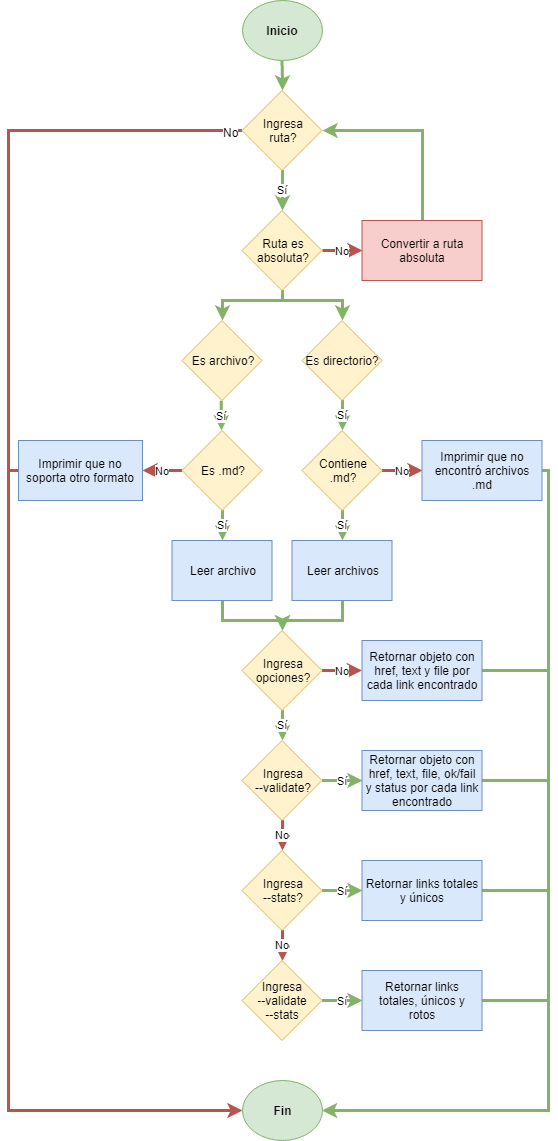
The draw.io diagram src/img/diagram.png in alelulu/SCL009-md-links, before a commit. Source tidied: cells renumbered, new cells last; positions are measured from the earlier drawing's top-left corner, leaving out a move shared by most shapes.
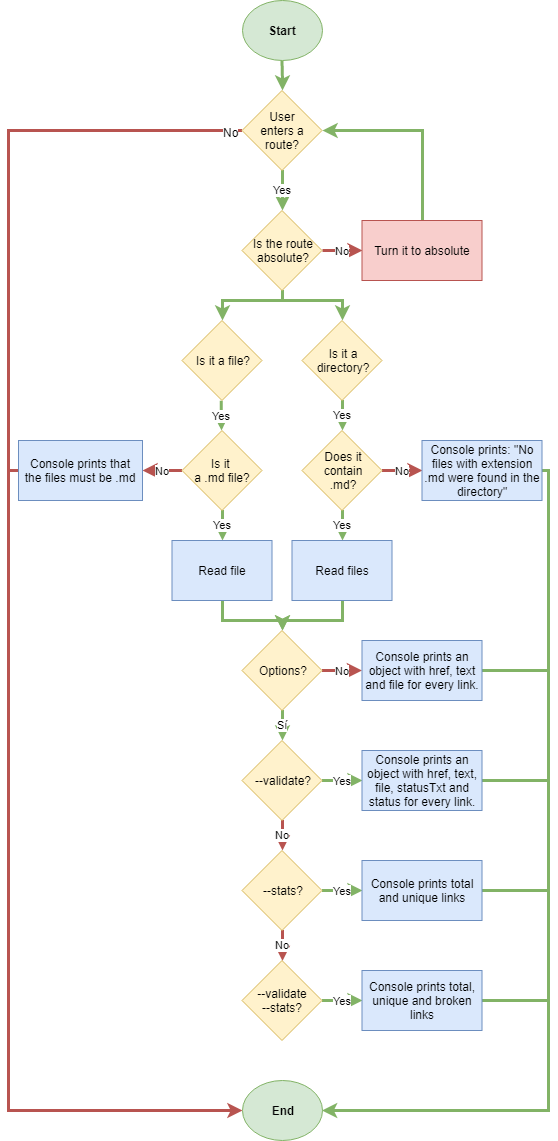
Later version of the same file.

The edit, as a diff of the source:
```diff
@@ -5,10 +5,10 @@
     <mxCell id="2" style="edgeStyle=orthogonalEdgeStyle;rounded=0;jettySize=auto;html=1;entryX=0.5;entryY=0;entryDx=0;entryDy=0;fillColor=#d5e8d4;strokeColor=#82b366;strokeWidth=3;" parent="1" edge="1" source="3" target="7">
       <mxGeometry relative="1" as="geometry" />
     </mxCell>
-    <mxCell id="3" value="Inicio" style="ellipse;whiteSpace=wrap;html=1;fontStyle=1;fillColor=#d5e8d4;strokeColor=#82b366;" parent="1" vertex="1">
+    <mxCell id="3" value="Start" style="ellipse;whiteSpace=wrap;html=1;fontStyle=1;fillColor=#d5e8d4;strokeColor=#82b366;" parent="1" vertex="1">
       <mxGeometry x="233.5" width="80" height="60" as="geometry" />
     </mxCell>
-    <mxCell id="4" value="Sí" style="edgeStyle=orthogonalEdgeStyle;rounded=0;jettySize=auto;html=1;entryX=0.5;entryY=0;entryDx=0;entryDy=0;fillColor=#d5e8d4;strokeColor=#82b366;strokeWidth=3;" parent="1" edge="1" source="7" target="11">
+    <mxCell id="4" value="Yes" style="edgeStyle=orthogonalEdgeStyle;rounded=0;jettySize=auto;html=1;entryX=0.5;entryY=0;entryDx=0;entryDy=0;fillColor=#d5e8d4;strokeColor=#82b366;strokeWidth=3;" parent="1" edge="1" source="7" target="11">
       <mxGeometry relative="1" as="geometry" />
     </mxCell>
     <mxCell id="5" style="edgeStyle=orthogonalEdgeStyle;rounded=0;jettySize=auto;html=1;endArrow=none;endFill=0;fillColor=#f8cecc;strokeColor=#b85450;strokeWidth=3;" parent="1" edge="1" source="7">
@@ -21,7 +21,7 @@
         <mxPoint x="1" as="offset" />
       </mxGeometry>
     </mxCell>
-    <mxCell id="7" value="Ingresa&lt;br&gt;ruta?&lt;br&gt;" style="rhombus;whiteSpace=wrap;html=1;fillColor=#fff2cc;strokeColor=#d6b656;" parent="1" vertex="1">
+    <mxCell id="7" value="User&lt;br&gt;enters a&lt;br&gt;route?&lt;br&gt;" style="rhombus;whiteSpace=wrap;html=1;fillColor=#fff2cc;strokeColor=#d6b656;" parent="1" vertex="1">
       <mxGeometry x="233.5" y="90" width="80" height="80" as="geometry" />
     </mxCell>
     <mxCell id="8" value="No" style="edgeStyle=orthogonalEdgeStyle;rounded=0;jettySize=auto;html=1;exitX=1;exitY=0.5;exitDx=0;exitDy=0;entryX=0;entryY=0.5;entryDx=0;entryDy=0;fillColor=#f8cecc;strokeColor=#b85450;strokeWidth=3;" parent="1" edge="1" source="11" target="13">
@@ -43,7 +43,7 @@
         </Array>
       </mxGeometry>
     </mxCell>
-    <mxCell id="11" value="Ruta es&lt;br&gt;absoluta?&lt;br&gt;" style="rhombus;whiteSpace=wrap;html=1;fillColor=#fff2cc;strokeColor=#d6b656;" parent="1" vertex="1">
+    <mxCell id="11" value="Is the route&lt;br&gt;absolute?&lt;br&gt;" style="rhombus;whiteSpace=wrap;html=1;fillColor=#fff2cc;strokeColor=#d6b656;" parent="1" vertex="1">
       <mxGeometry x="233.5" y="210" width="80" height="80" as="geometry" />
     </mxCell>
     <mxCell id="12" style="edgeStyle=orthogonalEdgeStyle;rounded=0;jettySize=auto;html=1;entryX=1;entryY=0.5;entryDx=0;entryDy=0;fillColor=#d5e8d4;strokeColor=#82b366;strokeWidth=3;" parent="1" edge="1" source="13" target="7">
@@ -53,40 +53,40 @@
         </Array>
       </mxGeometry>
     </mxCell>
-    <mxCell id="13" value="Convertir a ruta absoluta" style="rounded=0;whiteSpace=wrap;html=1;fillColor=#f8cecc;strokeColor=#b85450;" parent="1" vertex="1">
+    <mxCell id="13" value="Turn it to absolute" style="rounded=0;whiteSpace=wrap;html=1;fillColor=#f8cecc;strokeColor=#b85450;" parent="1" vertex="1">
       <mxGeometry x="353.5" y="220" width="120" height="60" as="geometry" />
     </mxCell>
-    <mxCell id="14" value="Sí" style="edgeStyle=orthogonalEdgeStyle;rounded=0;orthogonalLoop=1;jettySize=auto;html=1;entryX=0.5;entryY=0;entryDx=0;entryDy=0;fillColor=#d5e8d4;strokeColor=#82b366;strokeWidth=3;" parent="1" edge="1">
+    <mxCell id="14" value="Yes" style="edgeStyle=orthogonalEdgeStyle;rounded=0;orthogonalLoop=1;jettySize=auto;html=1;entryX=0.5;entryY=0;entryDx=0;entryDy=0;fillColor=#d5e8d4;strokeColor=#82b366;strokeWidth=3;" parent="1" edge="1">
       <mxGeometry relative="1" as="geometry">
         <mxPoint x="212.7" y="400.3" as="sourcePoint" />
         <mxPoint x="212.7" y="430.2" as="targetPoint" />
       </mxGeometry>
     </mxCell>
-    <mxCell id="15" value="Es archivo?" style="rhombus;whiteSpace=wrap;html=1;fillColor=#fff2cc;strokeColor=#d6b656;" parent="1" vertex="1">
+    <mxCell id="15" value="Is it a file?" style="rhombus;whiteSpace=wrap;html=1;fillColor=#fff2cc;strokeColor=#d6b656;" parent="1" vertex="1">
       <mxGeometry x="173.5" y="320" width="80" height="80" as="geometry" />
     </mxCell>
-    <mxCell id="16" value="Sí" style="edgeStyle=orthogonalEdgeStyle;rounded=0;jettySize=auto;html=1;entryX=0.5;entryY=0;entryDx=0;entryDy=0;fillColor=#d5e8d4;strokeColor=#82b366;strokeWidth=3;" parent="1" edge="1" source="17" target="23">
+    <mxCell id="16" value="Yes" style="edgeStyle=orthogonalEdgeStyle;rounded=0;jettySize=auto;html=1;entryX=0.5;entryY=0;entryDx=0;entryDy=0;fillColor=#d5e8d4;strokeColor=#82b366;strokeWidth=3;" parent="1" edge="1" source="17" target="23">
       <mxGeometry relative="1" as="geometry" />
     </mxCell>
-    <mxCell id="17" value="Es directorio?" style="rhombus;whiteSpace=wrap;html=1;fillColor=#fff2cc;strokeColor=#d6b656;" parent="1" vertex="1">
+    <mxCell id="17" value="Is it a&lt;br&gt;directory?&lt;br&gt;" style="rhombus;whiteSpace=wrap;html=1;fillColor=#fff2cc;strokeColor=#d6b656;" parent="1" vertex="1">
       <mxGeometry x="293.5" y="320" width="80" height="80" as="geometry" />
     </mxCell>
     <mxCell id="18" value="No" style="edgeStyle=orthogonalEdgeStyle;rounded=0;jettySize=auto;html=1;entryX=1;entryY=0.5;entryDx=0;entryDy=0;fillColor=#f8cecc;strokeColor=#b85450;strokeWidth=3;" parent="1" edge="1" source="20" target="25">
       <mxGeometry relative="1" as="geometry" />
     </mxCell>
-    <mxCell id="19" value="Sí" style="edgeStyle=orthogonalEdgeStyle;rounded=0;jettySize=auto;html=1;entryX=0.5;entryY=0;entryDx=0;entryDy=0;fillColor=#d5e8d4;strokeColor=#82b366;strokeWidth=3;" parent="1" edge="1" source="20" target="29">
+    <mxCell id="19" value="Yes" style="edgeStyle=orthogonalEdgeStyle;rounded=0;jettySize=auto;html=1;entryX=0.5;entryY=0;entryDx=0;entryDy=0;fillColor=#d5e8d4;strokeColor=#82b366;strokeWidth=3;" parent="1" edge="1" source="20" target="29">
       <mxGeometry relative="1" as="geometry" />
     </mxCell>
-    <mxCell id="20" value="Es .md?" style="rhombus;whiteSpace=wrap;html=1;fillColor=#fff2cc;strokeColor=#d6b656;" parent="1" vertex="1">
+    <mxCell id="20" value="Is it &lt;br&gt;a .md file?" style="rhombus;whiteSpace=wrap;html=1;fillColor=#fff2cc;strokeColor=#d6b656;" parent="1" vertex="1">
       <mxGeometry x="173.5" y="430" width="80" height="80" as="geometry" />
     </mxCell>
     <mxCell id="21" value="No" style="edgeStyle=orthogonalEdgeStyle;rounded=0;jettySize=auto;html=1;entryX=0;entryY=0.5;entryDx=0;entryDy=0;fillColor=#f8cecc;strokeColor=#b85450;strokeWidth=3;" parent="1" edge="1" source="23" target="27">
       <mxGeometry relative="1" as="geometry" />
     </mxCell>
-    <mxCell id="22" value="Sí" style="edgeStyle=orthogonalEdgeStyle;rounded=0;jettySize=auto;html=1;entryX=0.5;entryY=0;entryDx=0;entryDy=0;fillColor=#d5e8d4;strokeColor=#82b366;strokeWidth=3;" parent="1" edge="1" source="23" target="31">
+    <mxCell id="22" value="Yes" style="edgeStyle=orthogonalEdgeStyle;rounded=0;jettySize=auto;html=1;entryX=0.5;entryY=0;entryDx=0;entryDy=0;fillColor=#d5e8d4;strokeColor=#82b366;strokeWidth=3;" parent="1" edge="1" source="23" target="31">
       <mxGeometry relative="1" as="geometry" />
     </mxCell>
-    <mxCell id="23" value="Contiene&lt;br&gt;.md?&lt;br&gt;" style="rhombus;whiteSpace=wrap;html=1;fillColor=#fff2cc;strokeColor=#d6b656;" parent="1" vertex="1">
+    <mxCell id="23" value="Does it&lt;br&gt;contain&lt;br&gt;.md?&lt;br&gt;" style="rhombus;whiteSpace=wrap;html=1;fillColor=#fff2cc;strokeColor=#d6b656;" parent="1" vertex="1">
       <mxGeometry x="293.5" y="430" width="80" height="80" as="geometry" />
     </mxCell>
     <mxCell id="24" style="edgeStyle=orthogonalEdgeStyle;rounded=0;jettySize=auto;html=1;endArrow=classic;endFill=1;entryX=0;entryY=0.5;entryDx=0;entryDy=0;fillColor=#f8cecc;strokeColor=#b85450;strokeWidth=3;" parent="1" edge="1" source="25" target="32">
@@ -97,7 +97,7 @@
         </Array>
       </mxGeometry>
     </mxCell>
-    <mxCell id="25" value="Imprimir que no soporta otro formato" style="rounded=0;whiteSpace=wrap;html=1;fillColor=#dae8fc;strokeColor=#6c8ebf;" parent="1" vertex="1">
+    <mxCell id="25" value="Console prints that the files must be .md" style="rounded=0;whiteSpace=wrap;html=1;fillColor=#dae8fc;strokeColor=#6c8ebf;" parent="1" vertex="1">
       <mxGeometry x="10" y="440" width="124" height="60" as="geometry" />
     </mxCell>
     <mxCell id="26" style="edgeStyle=orthogonalEdgeStyle;rounded=0;jettySize=auto;html=1;endArrow=none;endFill=0;fillColor=#d5e8d4;strokeColor=#82b366;strokeWidth=3;" parent="1" edge="1" source="27">
@@ -108,22 +108,22 @@
         </Array>
       </mxGeometry>
     </mxCell>
-    <mxCell id="27" value="Imprimir que no encontró archivos .md" style="rounded=0;whiteSpace=wrap;html=1;fillColor=#dae8fc;strokeColor=#6c8ebf;" parent="1" vertex="1">
+    <mxCell id="27" value="Console prints: &quot;&lt;span&gt;No files with extension .md were found in the directory&lt;/span&gt;&lt;span&gt;&quot;&lt;/span&gt;&lt;br&gt;" style="rounded=0;whiteSpace=wrap;html=1;fillColor=#dae8fc;strokeColor=#6c8ebf;" parent="1" vertex="1">
       <mxGeometry x="413.5" y="440" width="120" height="60" as="geometry" />
     </mxCell>
     <mxCell id="28" style="edgeStyle=orthogonalEdgeStyle;rounded=0;jettySize=auto;html=1;entryX=0.5;entryY=0;entryDx=0;entryDy=0;fillColor=#d5e8d4;strokeColor=#82b366;strokeWidth=3;" parent="1" edge="1" source="29" target="35">
       <mxGeometry relative="1" as="geometry" />
     </mxCell>
-    <mxCell id="29" value="Leer archivo" style="rounded=0;whiteSpace=wrap;html=1;fillColor=#dae8fc;strokeColor=#6c8ebf;" parent="1" vertex="1">
+    <mxCell id="29" value="Read file" style="rounded=0;whiteSpace=wrap;html=1;fillColor=#dae8fc;strokeColor=#6c8ebf;" parent="1" vertex="1">
       <mxGeometry x="163.5" y="540" width="100" height="60" as="geometry" />
     </mxCell>
     <mxCell id="30" style="edgeStyle=orthogonalEdgeStyle;rounded=0;jettySize=auto;html=1;entryX=0.5;entryY=0;entryDx=0;entryDy=0;fillColor=#d5e8d4;strokeColor=#82b366;strokeWidth=3;" parent="1" edge="1" source="31" target="35">
       <mxGeometry relative="1" as="geometry" />
     </mxCell>
-    <mxCell id="31" value="Leer archivos" style="rounded=0;whiteSpace=wrap;html=1;fillColor=#dae8fc;strokeColor=#6c8ebf;" parent="1" vertex="1">
+    <mxCell id="31" value="Read files" style="rounded=0;whiteSpace=wrap;html=1;fillColor=#dae8fc;strokeColor=#6c8ebf;" parent="1" vertex="1">
       <mxGeometry x="283.5" y="540" width="100" height="60" as="geometry" />
     </mxCell>
-    <mxCell id="32" value="Fin" style="ellipse;whiteSpace=wrap;html=1;fontStyle=1;fillColor=#d5e8d4;strokeColor=#82b366;" parent="1" vertex="1">
+    <mxCell id="32" value="End" style="ellipse;whiteSpace=wrap;html=1;fontStyle=1;fillColor=#d5e8d4;strokeColor=#82b366;" parent="1" vertex="1">
       <mxGeometry x="233.5" y="1080" width="80" height="60" as="geometry" />
     </mxCell>
     <mxCell id="33" value="No" style="edgeStyle=orthogonalEdgeStyle;rounded=0;jettySize=auto;html=1;entryX=0;entryY=0.5;entryDx=0;entryDy=0;fillColor=#f8cecc;strokeColor=#b85450;strokeWidth=3;" parent="1" edge="1" source="35">
@@ -134,7 +134,7 @@
     <mxCell id="34" value="Sí" style="edgeStyle=orthogonalEdgeStyle;rounded=0;jettySize=auto;html=1;entryX=0.5;entryY=0;entryDx=0;entryDy=0;fillColor=#d5e8d4;strokeColor=#82b366;strokeWidth=3;" parent="1" edge="1" source="35" target="40">
       <mxGeometry relative="1" as="geometry" />
     </mxCell>
-    <mxCell id="35" value="Ingresa&lt;br&gt;opciones?&lt;br&gt;" style="rhombus;whiteSpace=wrap;html=1;fillColor=#fff2cc;strokeColor=#d6b656;" parent="1" vertex="1">
+    <mxCell id="35" value="Options?" style="rhombus;whiteSpace=wrap;html=1;fillColor=#fff2cc;strokeColor=#d6b656;" parent="1" vertex="1">
       <mxGeometry x="233.5" y="630" width="80" height="80" as="geometry" />
     </mxCell>
     <mxCell id="36" style="edgeStyle=orthogonalEdgeStyle;rounded=0;jettySize=auto;html=1;endArrow=none;endFill=0;fillColor=#d5e8d4;strokeColor=#82b366;strokeWidth=3;" parent="1" edge="1" source="37">
@@ -142,16 +142,16 @@
         <mxPoint x="540" y="820" as="targetPoint" />
       </mxGeometry>
     </mxCell>
-    <mxCell id="37" value="Retornar objeto con href, text y file por cada link encontrado" style="rounded=0;whiteSpace=wrap;html=1;fillColor=#dae8fc;strokeColor=#6c8ebf;" parent="1" vertex="1">
+    <mxCell id="37" value="Console prints an object with href, text and file for every link." style="rounded=0;whiteSpace=wrap;html=1;fillColor=#dae8fc;strokeColor=#6c8ebf;" parent="1" vertex="1">
       <mxGeometry x="353.5" y="640" width="120" height="60" as="geometry" />
     </mxCell>
-    <mxCell id="38" value="Sí" style="edgeStyle=orthogonalEdgeStyle;rounded=0;jettySize=auto;html=1;entryX=0;entryY=0.5;entryDx=0;entryDy=0;fillColor=#d5e8d4;strokeColor=#82b366;strokeWidth=3;" parent="1" edge="1" source="40" target="42">
+    <mxCell id="38" value="Yes" style="edgeStyle=orthogonalEdgeStyle;rounded=0;jettySize=auto;html=1;entryX=0;entryY=0.5;entryDx=0;entryDy=0;fillColor=#d5e8d4;strokeColor=#82b366;strokeWidth=3;" parent="1" edge="1" source="40" target="42">
       <mxGeometry relative="1" as="geometry" />
     </mxCell>
     <mxCell id="39" value="No" style="edgeStyle=orthogonalEdgeStyle;rounded=0;jettySize=auto;html=1;entryX=0.5;entryY=0;entryDx=0;entryDy=0;fillColor=#f8cecc;strokeColor=#b85450;strokeWidth=3;" parent="1" edge="1" source="40" target="45">
       <mxGeometry relative="1" as="geometry" />
     </mxCell>
-    <mxCell id="40" value="Ingresa&lt;br&gt;--validate?&lt;br&gt;" style="rhombus;whiteSpace=wrap;html=1;fillColor=#fff2cc;strokeColor=#d6b656;" parent="1" vertex="1">
+    <mxCell id="40" value="--validate?&lt;br&gt;" style="rhombus;whiteSpace=wrap;html=1;fillColor=#fff2cc;strokeColor=#d6b656;" parent="1" vertex="1">
       <mxGeometry x="233.5" y="740" width="80" height="80" as="geometry" />
     </mxCell>
     <mxCell id="41" style="edgeStyle=orthogonalEdgeStyle;rounded=0;jettySize=auto;html=1;endArrow=none;endFill=0;fillColor=#d5e8d4;strokeColor=#82b366;strokeWidth=3;" parent="1" edge="1" source="42">
@@ -159,16 +159,16 @@
         <mxPoint x="540" y="910" as="targetPoint" />
       </mxGeometry>
     </mxCell>
-    <mxCell id="42" value="Retornar objeto con href, text, file, ok/fail y status por cada link encontrado" style="rounded=0;whiteSpace=wrap;html=1;fillColor=#dae8fc;strokeColor=#6c8ebf;" parent="1" vertex="1">
+    <mxCell id="42" value="Console prints an object with href, text, file, statusTxt and status for every link." style="rounded=0;whiteSpace=wrap;html=1;fillColor=#dae8fc;strokeColor=#6c8ebf;" parent="1" vertex="1">
       <mxGeometry x="353.5" y="750" width="120" height="60" as="geometry" />
     </mxCell>
-    <mxCell id="43" value="Sí" style="edgeStyle=orthogonalEdgeStyle;rounded=0;jettySize=auto;html=1;entryX=0;entryY=0.5;entryDx=0;entryDy=0;fillColor=#d5e8d4;strokeColor=#82b366;strokeWidth=3;" parent="1" edge="1" source="45" target="47">
+    <mxCell id="43" value="Yes" style="edgeStyle=orthogonalEdgeStyle;rounded=0;jettySize=auto;html=1;entryX=0;entryY=0.5;entryDx=0;entryDy=0;fillColor=#d5e8d4;strokeColor=#82b366;strokeWidth=3;" parent="1" edge="1" source="45" target="47">
       <mxGeometry relative="1" as="geometry" />
     </mxCell>
     <mxCell id="44" value="No" style="edgeStyle=orthogonalEdgeStyle;rounded=0;jettySize=auto;html=1;fillColor=#f8cecc;strokeColor=#b85450;strokeWidth=3;" parent="1" edge="1" source="45" target="49">
       <mxGeometry relative="1" as="geometry" />
     </mxCell>
-    <mxCell id="45" value="Ingresa&lt;br&gt;--stats?&lt;br&gt;" style="rhombus;whiteSpace=wrap;html=1;fillColor=#fff2cc;strokeColor=#d6b656;" parent="1" vertex="1">
+    <mxCell id="45" value="--stats?" style="rhombus;whiteSpace=wrap;html=1;fillColor=#fff2cc;strokeColor=#d6b656;" parent="1" vertex="1">
       <mxGeometry x="233.5" y="850" width="80" height="80" as="geometry" />
     </mxCell>
     <mxCell id="46" style="edgeStyle=orthogonalEdgeStyle;rounded=0;jettySize=auto;html=1;endArrow=none;endFill=0;fillColor=#d5e8d4;strokeColor=#82b366;strokeWidth=3;" parent="1" edge="1" source="47">
@@ -176,13 +176,13 @@
         <mxPoint x="540" y="1110" as="targetPoint" />
       </mxGeometry>
     </mxCell>
-    <mxCell id="47" value="Retornar links totales y únicos" style="rounded=0;whiteSpace=wrap;html=1;fillColor=#dae8fc;strokeColor=#6c8ebf;" parent="1" vertex="1">
+    <mxCell id="47" value="Console prints total and unique links" style="rounded=0;whiteSpace=wrap;html=1;fillColor=#dae8fc;strokeColor=#6c8ebf;" parent="1" vertex="1">
       <mxGeometry x="353.5" y="860" width="120" height="60" as="geometry" />
     </mxCell>
-    <mxCell id="48" value="Sí" style="edgeStyle=orthogonalEdgeStyle;rounded=0;jettySize=auto;html=1;entryX=0;entryY=0.5;entryDx=0;entryDy=0;fillColor=#d5e8d4;strokeColor=#82b366;strokeWidth=3;" parent="1" edge="1" source="49" target="51">
+    <mxCell id="48" value="Yes" style="edgeStyle=orthogonalEdgeStyle;rounded=0;jettySize=auto;html=1;entryX=0;entryY=0.5;entryDx=0;entryDy=0;fillColor=#d5e8d4;strokeColor=#82b366;strokeWidth=3;" parent="1" edge="1" source="49" target="51">
       <mxGeometry relative="1" as="geometry" />
     </mxCell>
-    <mxCell id="49" value="Ingresa&lt;br&gt;--validate&lt;br&gt;--stats&lt;br&gt;" style="rhombus;whiteSpace=wrap;html=1;fillColor=#fff2cc;strokeColor=#d6b656;" parent="1" vertex="1">
+    <mxCell id="49" value="--validate&lt;br&gt;--stats?&lt;br&gt;" style="rhombus;whiteSpace=wrap;html=1;fillColor=#fff2cc;strokeColor=#d6b656;" parent="1" vertex="1">
       <mxGeometry x="233.5" y="960" width="80" height="80" as="geometry" />
     </mxCell>
     <mxCell id="50" style="edgeStyle=orthogonalEdgeStyle;rounded=0;jettySize=auto;html=1;fillColor=#d5e8d4;strokeColor=#82b366;strokeWidth=3;" parent="1" edge="1" source="51" target="32">
@@ -193,7 +193,7 @@
         </Array>
       </mxGeometry>
     </mxCell>
-    <mxCell id="51" value="Retornar links totales, únicos y rotos" style="rounded=0;whiteSpace=wrap;html=1;fillColor=#dae8fc;strokeColor=#6c8ebf;" parent="1" vertex="1">
+    <mxCell id="51" value="Console prints total, unique and broken links" style="rounded=0;whiteSpace=wrap;html=1;fillColor=#dae8fc;strokeColor=#6c8ebf;" parent="1" vertex="1">
       <mxGeometry x="353.5" y="970" width="120" height="60" as="geometry" />
     </mxCell>
   </root>
```
